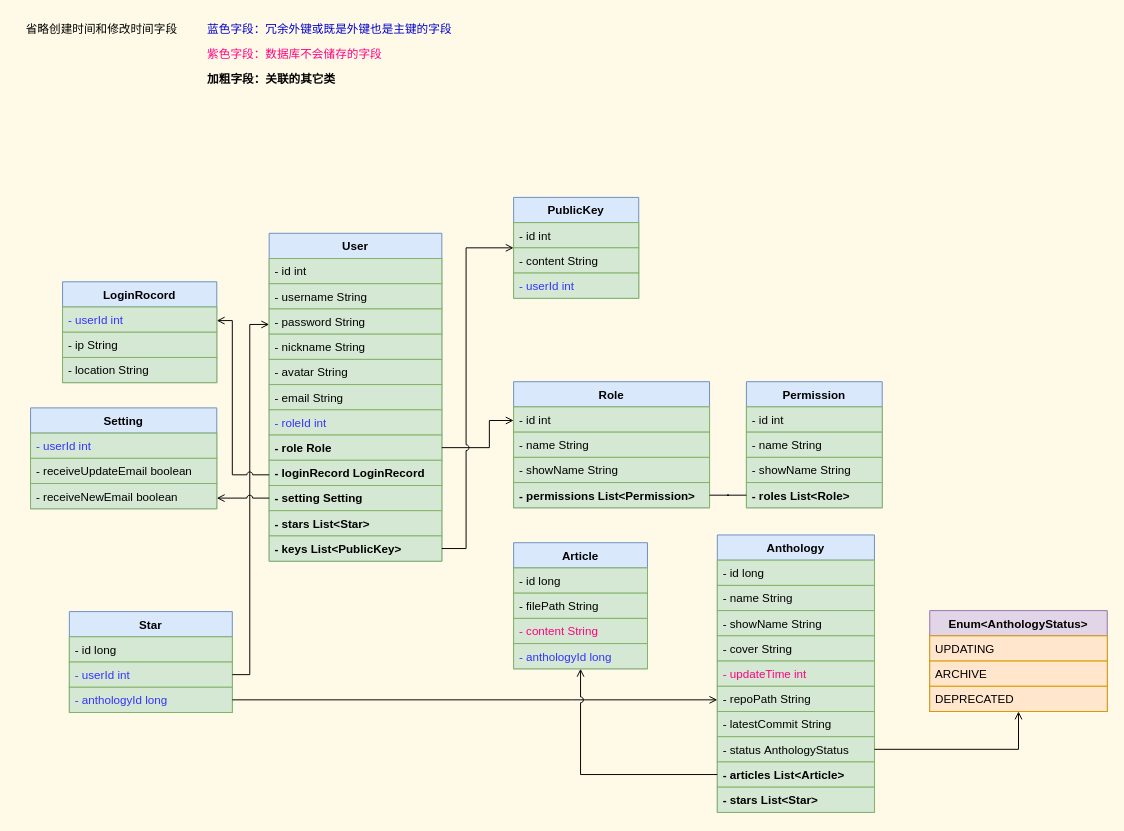
This is page "Java类图" (1 of 3) of docs/diagram/后端类图.dio from swsk33/git-document, a draw.io file, before an edit. Source tidied: cells renumbered, new cells numbered last; positions are measured from the earlier drawing's top-left corner, leaving out a move shared by most shapes. Both pictures are drawn from the tidied source at 97%, with x=0, y=0 at pixel (16, 16).
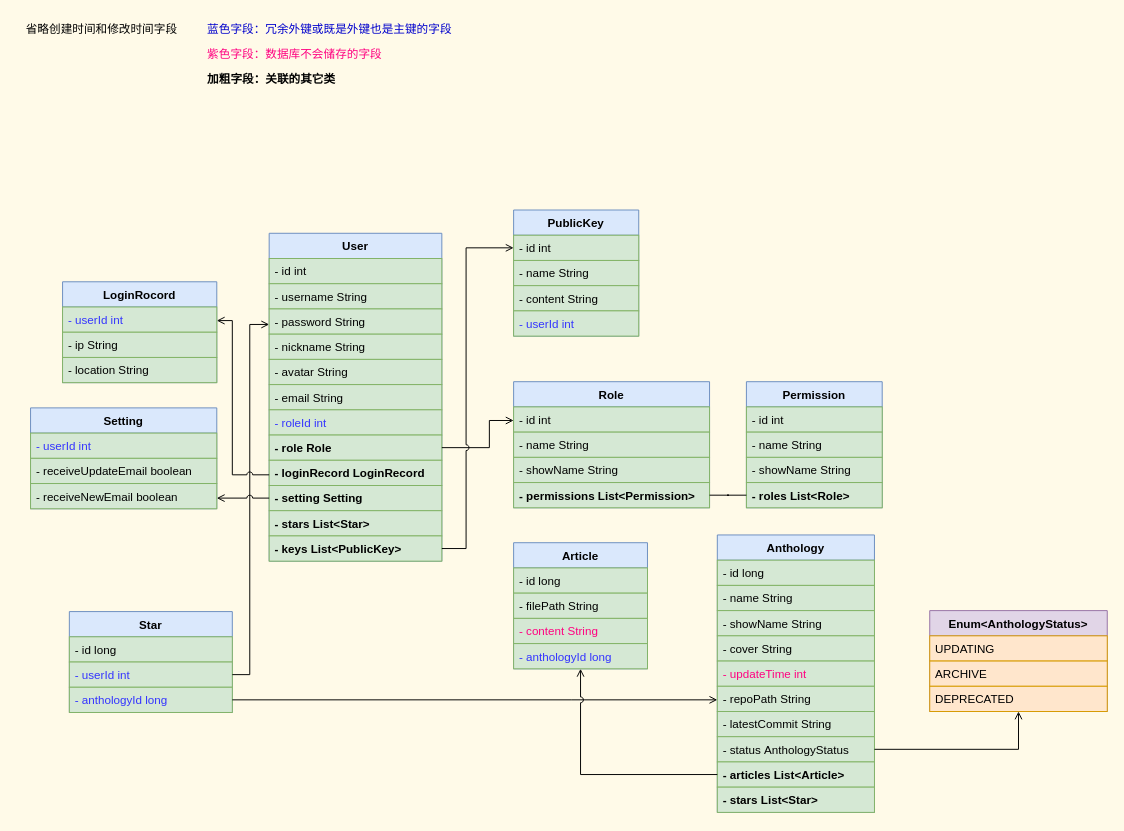
After the change.

What changed in the source:
```diff
@@
     <mxCell id="43" value="PublicKey" style="swimlane;fontStyle=1;align=center;verticalAlign=top;horizontal=1;startSize=26;fillColor=#dae8fc;strokeColor=#6c8ebf;fontColor=#000000;" parent="1" vertex="1">
-      <mxGeometry x="512" y="186" width="129" height="104" as="geometry" />
+      <mxGeometry x="512" y="199" width="129" height="130" as="geometry" />
     </mxCell>
@@
+    <mxCell id="74" value="- name String" style="text;strokeColor=#82b366;fillColor=#d5e8d4;align=left;verticalAlign=top;spacingLeft=4;spacingRight=4;overflow=hidden;fontColor=#000000;" parent="43" vertex="1">
+      <mxGeometry y="52" width="129" height="26" as="geometry" />
+    </mxCell>
     <mxCell id="45" value="- content String" style="text;strokeColor=#82b366;fillColor=#d5e8d4;align=left;verticalAlign=top;spacingLeft=4;spacingRight=4;overflow=hidden;fontColor=#000000;" parent="43" vertex="1">
-      <mxGeometry y="52" width="129" height="26" as="geometry" />
+      <mxGeometry y="78" width="129" height="26" as="geometry" />
     </mxCell>
     <mxCell id="46" value="- userId int" style="text;strokeColor=#82b366;fillColor=#d5e8d4;align=left;verticalAlign=top;spacingLeft=4;spacingRight=4;overflow=hidden;fontColor=#3333FF;" parent="43" vertex="1">
-      <mxGeometry y="78" width="129" height="26" as="geometry" />
+      <mxGeometry y="104" width="129" height="26" as="geometry" />
     </mxCell>
```
